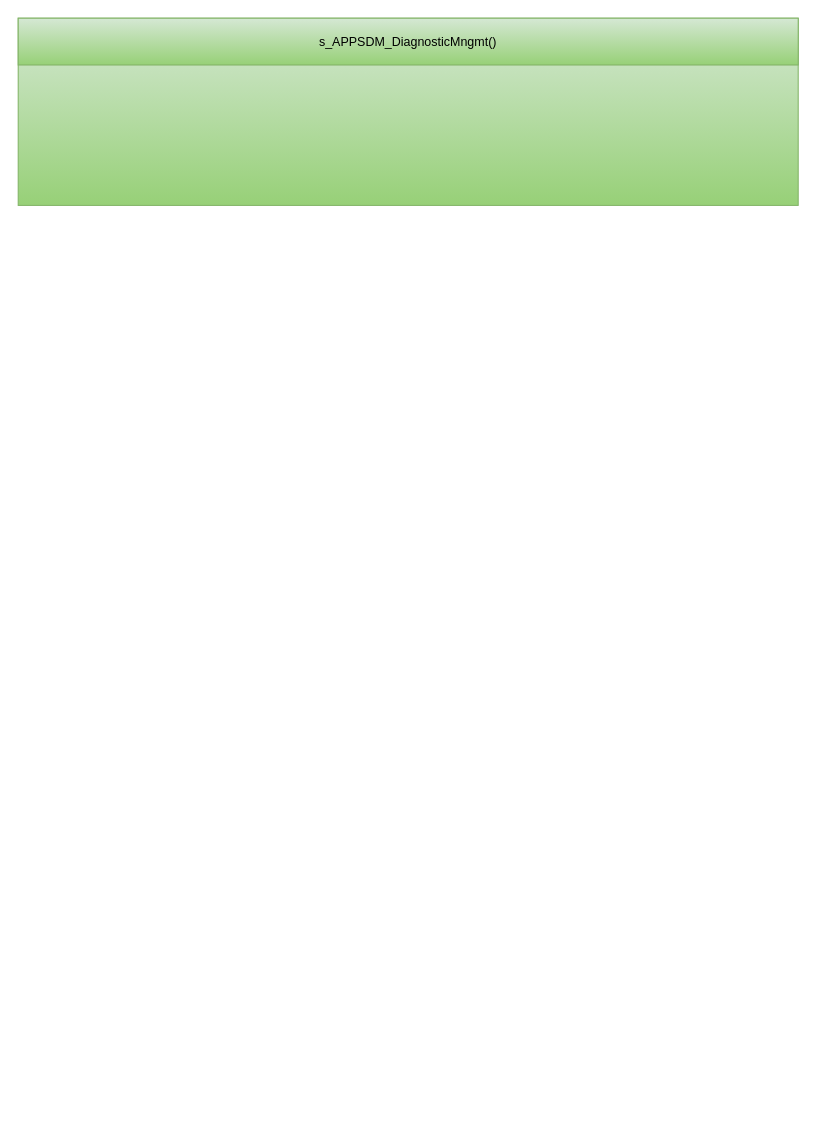
This is page "staticAPI" (2 of 8) of src/3_APP/APP_CTRL/APP_SDM/Doc/Design/SystemDiagnosticMngmt.drawio from mbarbeau0545/PickersRobotPOC, a draw.io file, before an edit. Source tidied: cells renumbered, new cells numbered last; positions are measured from the earlier drawing's top-left corner, leaving out a move shared by most shapes. Both pictures are drawn from the tidied source at 104%, with x=0, y=0 at pixel (18, 18).
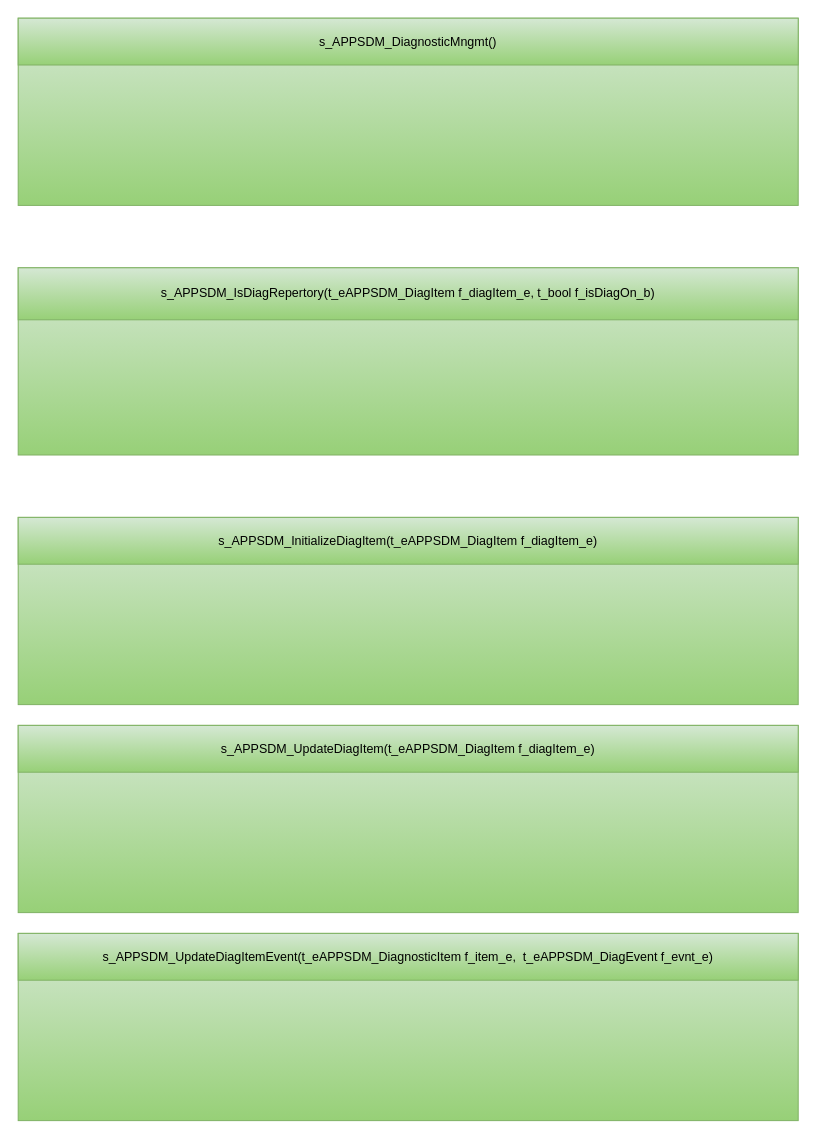
After the change.

What changed in the source:
```diff
@@
 <mxGraphModel>
   <root>
     <mxCell id="0" />
     <mxCell id="1" parent="0" />
     <mxCell id="2" style="group;fontSize=12;" parent="1" vertex="1">
       <mxGeometry width="750" height="180" as="geometry" />
     </mxCell>
     <mxCell id="3" value="&lt;div style=&quot;font-size: 12px;&quot;&gt;&lt;div style=&quot;font-size: 12px;&quot;&gt;&lt;br&gt;&lt;/div&gt;&lt;/div&gt;" style="rounded=0;whiteSpace=wrap;html=1;fillColor=#d5e8d4;gradientColor=#97d077;strokeColor=#82b366;fontColor=#000000;align=left;fontSize=12;" parent="2" vertex="1">
       <mxGeometry width="750" height="180" as="geometry" />
     </mxCell>
     <mxCell id="4" value="s_APPSDM_DiagnosticMngmt()" style="rounded=0;whiteSpace=wrap;html=1;fillColor=#d5e8d4;gradientColor=#97d077;strokeColor=#82b366;fontColor=#000000;fontSize=12;" parent="2" vertex="1">
       <mxGeometry width="750" height="45" as="geometry" />
     </mxCell>
+    <mxCell id="5" style="group;fontSize=12;" parent="1" vertex="1">
+      <mxGeometry y="240" width="750" height="180" as="geometry" />
+    </mxCell>
+    <mxCell id="6" value="&lt;div style=&quot;font-size: 12px;&quot;&gt;&lt;div style=&quot;font-size: 12px;&quot;&gt;&lt;br&gt;&lt;/div&gt;&lt;/div&gt;" style="rounded=0;whiteSpace=wrap;html=1;fillColor=#d5e8d4;gradientColor=#97d077;strokeColor=#82b366;fontColor=#000000;align=left;fontSize=12;" parent="5" vertex="1">
+      <mxGeometry width="750" height="180" as="geometry" />
+    </mxCell>
+    <mxCell id="7" value="s_APPSDM_IsDiagRepertory(t_eAPPSDM_DiagItem f_diagItem_e, t_bool f_isDiagOn_b)" style="rounded=0;whiteSpace=wrap;html=1;fillColor=#d5e8d4;gradientColor=#97d077;strokeColor=#82b366;fontColor=#000000;fontSize=12;" parent="5" vertex="1">
+      <mxGeometry width="750" height="50" as="geometry" />
+    </mxCell>
+    <mxCell id="8" style="group;fontSize=12;" parent="1" vertex="1">
+      <mxGeometry y="480" width="750" height="180" as="geometry" />
+    </mxCell>
+    <mxCell id="9" value="&lt;div style=&quot;font-size: 12px;&quot;&gt;&lt;div style=&quot;font-size: 12px;&quot;&gt;&lt;br&gt;&lt;/div&gt;&lt;/div&gt;" style="rounded=0;whiteSpace=wrap;html=1;fillColor=#d5e8d4;gradientColor=#97d077;strokeColor=#82b366;fontColor=#000000;align=left;fontSize=12;" parent="8" vertex="1">
+      <mxGeometry width="750" height="180" as="geometry" />
+    </mxCell>
+    <mxCell id="10" value="s_APPSDM_InitializeDiagItem(t_eAPPSDM_DiagItem f_diagItem_e)" style="rounded=0;whiteSpace=wrap;html=1;fillColor=#d5e8d4;gradientColor=#97d077;strokeColor=#82b366;fontColor=#000000;fontSize=12;" parent="8" vertex="1">
+      <mxGeometry width="750" height="45" as="geometry" />
+    </mxCell>
+    <mxCell id="11" style="group;fontSize=12;" parent="1" vertex="1">
+      <mxGeometry y="680" width="750" height="180" as="geometry" />
+    </mxCell>
+    <mxCell id="12" value="&lt;div style=&quot;font-size: 12px;&quot;&gt;&lt;div style=&quot;font-size: 12px;&quot;&gt;&lt;br&gt;&lt;/div&gt;&lt;/div&gt;" style="rounded=0;whiteSpace=wrap;html=1;fillColor=#d5e8d4;gradientColor=#97d077;strokeColor=#82b366;fontColor=#000000;align=left;fontSize=12;" parent="11" vertex="1">
+      <mxGeometry width="750" height="180" as="geometry" />
+    </mxCell>
+    <mxCell id="13" value="s_APPSDM_UpdateDiagItem(t_eAPPSDM_DiagItem f_diagItem_e)" style="rounded=0;whiteSpace=wrap;html=1;fillColor=#d5e8d4;gradientColor=#97d077;strokeColor=#82b366;fontColor=#000000;fontSize=12;" parent="11" vertex="1">
+      <mxGeometry width="750" height="45" as="geometry" />
+    </mxCell>
+    <mxCell id="14" style="group;fontSize=12;" parent="1" vertex="1">
+      <mxGeometry y="880" width="750" height="180" as="geometry" />
+    </mxCell>
+    <mxCell id="15" value="&lt;div style=&quot;font-size: 12px;&quot;&gt;&lt;div style=&quot;font-size: 12px;&quot;&gt;&lt;br&gt;&lt;/div&gt;&lt;/div&gt;" style="rounded=0;whiteSpace=wrap;html=1;fillColor=#d5e8d4;gradientColor=#97d077;strokeColor=#82b366;fontColor=#000000;align=left;fontSize=12;" parent="14" vertex="1">
+      <mxGeometry width="750" height="180" as="geometry" />
+    </mxCell>
+    <mxCell id="16" value="s_APPSDM_UpdateDiagItemEvent(t_eAPPSDM_DiagnosticItem f_item_e,&amp;nbsp;&amp;nbsp;t_eAPPSDM_DiagEvent f_evnt_e)" style="rounded=0;whiteSpace=wrap;html=1;fillColor=#d5e8d4;gradientColor=#97d077;strokeColor=#82b366;fontColor=#000000;fontSize=12;" parent="14" vertex="1">
+      <mxGeometry width="750" height="45" as="geometry" />
+    </mxCell>
   </root>
 </mxGraphModel>
```
